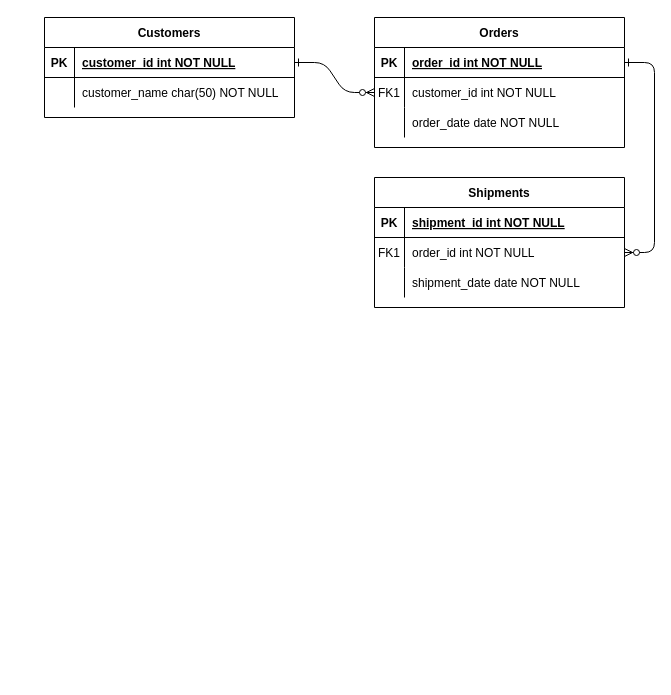
Earlier version of the draw.io diagram Uber Data Model.drawio (ChinmayBhagwat1/Sesha). Source tidied: cells renumbered, new cells numbered last; positions are measured from the earlier drawing's top-left corner, leaving out a move shared by most shapes. Both pictures are drawn from the tidied source at 100%, with x=0, y=0 at pixel (44, 17).
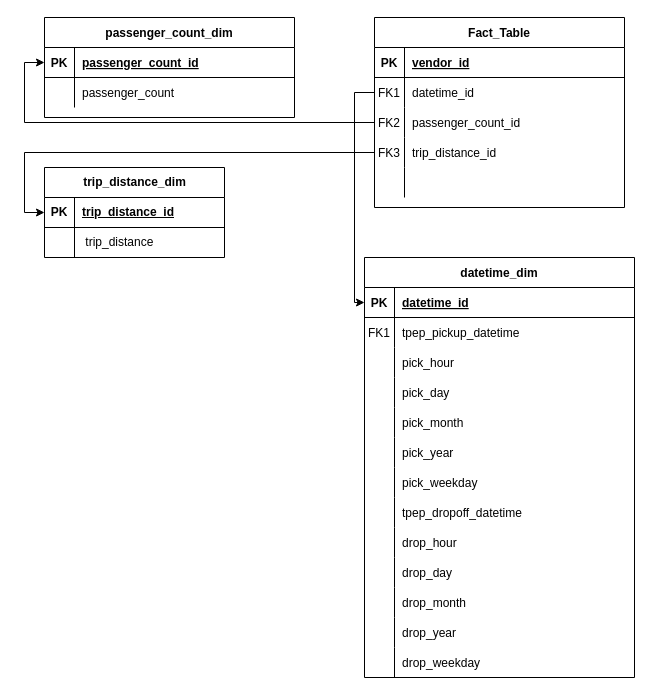
Above is the later version.

Unchanged cells that the change refers to:
```xml
<mxCell id="5" style="shape=partialRectangle;fillColor=none;points=[[0,0.5],[1,0.5]];portConstraint=eastwest;top=0;left=0;right=0;bottom=1;" parent="4" vertex="1">
  <mxGeometry y="30" width="250" height="30" as="geometry" />
</mxCell>
<mxCell id="8" style="shape=partialRectangle;fillColor=none;points=[[0,0.5],[1,0.5]];portConstraint=eastwest;top=0;left=0;right=0;bottom=0;" parent="4" vertex="1">
  <mxGeometry y="60" width="250" height="30" as="geometry" />
</mxCell>
<mxCell id="11" style="shape=partialRectangle;fillColor=none;points=[[0,0.5],[1,0.5]];portConstraint=eastwest;top=0;left=0;right=0;bottom=0;" parent="4" vertex="1">
  <mxGeometry y="90" width="250" height="30" as="geometry" />
</mxCell>
<mxCell id="25" style="shape=partialRectangle;fillColor=none;points=[[0,0.5],[1,0.5]];portConstraint=eastwest;top=0;left=0;right=0;bottom=1;" parent="24" vertex="1">
  <mxGeometry y="30" width="250" height="30" as="geometry" />
</mxCell>
<mxCell id="28" style="shape=partialRectangle;fillColor=none;top=0;left=0;right=0;bottom=0;" parent="24" vertex="1">
  <mxGeometry y="60" width="250" height="30" as="geometry" />
</mxCell>
```

The edit, as a diff of the source:
```diff
@@
-    <mxCell id="2" style="edgeStyle=entityRelationEdgeStyle;endArrow=ERzeroToMany;startArrow=ERone;endFill=1;startFill=0;" parent="1" edge="1" source="25" target="8">
-      <mxGeometry relative="1" as="geometry" />
-    </mxCell>
-    <mxCell id="3" style="edgeStyle=entityRelationEdgeStyle;endArrow=ERzeroToMany;startArrow=ERone;endFill=1;startFill=0;" parent="1" edge="1" source="5" target="18">
-      <mxGeometry relative="1" as="geometry" />
-    </mxCell>
-    <mxCell id="4" value="Orders" style="shape=table;startSize=30;childLayout=tableLayout;rowLines=0;fontStyle=1;align=center;" parent="1" vertex="1">
-      <mxGeometry x="330" width="250" height="130" as="geometry" />
+    <mxCell id="4" value="Fact_Table" style="shape=table;startSize=30;childLayout=tableLayout;rowLines=0;fontStyle=1;align=center;" parent="1" vertex="1">
+      <mxGeometry x="330" width="250" height="190" as="geometry" />
     </mxCell>
@@
-    <mxCell id="7" value="order_id int NOT NULL " style="shape=partialRectangle;overflow=hidden;fillColor=none;top=0;left=0;bottom=0;right=0;align=left;spacingLeft=6;fontStyle=5;" parent="5" vertex="1">
+    <mxCell id="7" value="vendor_id" style="shape=partialRectangle;overflow=hidden;fillColor=none;top=0;left=0;bottom=0;right=0;align=left;spacingLeft=6;fontStyle=5;" parent="5" vertex="1">
       <mxGeometry x="30" width="220" height="30" as="geometry" />
     </mxCell>
@@
-    <mxCell id="10" value="customer_id int NOT NULL" style="shape=partialRectangle;overflow=hidden;fillColor=none;top=0;left=0;bottom=0;right=0;align=left;spacingLeft=6;" parent="8" vertex="1">
+    <mxCell id="10" value="datetime_id" style="shape=partialRectangle;overflow=hidden;fillColor=none;top=0;left=0;bottom=0;right=0;align=left;spacingLeft=6;" parent="8" vertex="1">
       <mxGeometry x="30" width="220" height="30" as="geometry" />
     </mxCell>
@@
-    <mxCell id="12" style="shape=partialRectangle;overflow=hidden;fillColor=none;top=0;left=0;bottom=0;right=0;" parent="11" vertex="1">
+    <mxCell id="12" value="FK2" style="shape=partialRectangle;overflow=hidden;fillColor=none;top=0;left=0;bottom=0;right=0;" parent="11" vertex="1">
       <mxGeometry width="30" height="30" as="geometry" />
     </mxCell>
-    <mxCell id="13" value="order_date date NOT NULL" style="shape=partialRectangle;overflow=hidden;fillColor=none;top=0;left=0;bottom=0;right=0;align=left;spacingLeft=6;" parent="11" vertex="1">
+    <mxCell id="13" value="passenger_count_id" style="shape=partialRectangle;overflow=hidden;fillColor=none;top=0;left=0;bottom=0;right=0;align=left;spacingLeft=6;" parent="11" vertex="1">
       <mxGeometry x="30" width="220" height="30" as="geometry" />
     </mxCell>
+    <mxCell id="31" style="shape=partialRectangle;fillColor=none;points=[[0,0.5],[1,0.5]];portConstraint=eastwest;top=0;left=0;right=0;bottom=0;" parent="4" vertex="1">
+      <mxGeometry y="120" width="250" height="30" as="geometry" />
+    </mxCell>
+    <mxCell id="32" value="FK3" style="shape=partialRectangle;overflow=hidden;fillColor=none;top=0;left=0;bottom=0;right=0;" parent="31" vertex="1">
+      <mxGeometry width="30" height="30" as="geometry" />
+    </mxCell>
+    <mxCell id="33" value="trip_distance_id" style="shape=partialRectangle;overflow=hidden;fillColor=none;top=0;left=0;bottom=0;right=0;align=left;spacingLeft=6;" parent="31" vertex="1">
+      <mxGeometry x="30" width="220" height="30" as="geometry" />
+    </mxCell>
+    <mxCell id="34" style="shape=partialRectangle;fillColor=none;top=0;left=0;right=0;bottom=0;" parent="4" vertex="1">
+      <mxGeometry y="150" width="250" height="30" as="geometry" />
+    </mxCell>
+    <mxCell id="35" style="shape=partialRectangle;overflow=hidden;fillColor=none;top=0;left=0;bottom=0;right=0;" parent="34" vertex="1">
+      <mxGeometry width="30" height="30" as="geometry" />
+    </mxCell>
+    <mxCell id="36" style="shape=partialRectangle;overflow=hidden;fillColor=none;top=0;left=0;bottom=0;right=0;align=left;spacingLeft=6;" parent="34" vertex="1">
+      <mxGeometry x="30" width="220" height="30" as="geometry" />
+    </mxCell>
-    <mxCell id="14" value="Shipments" style="shape=table;startSize=30;childLayout=tableLayout;rowLines=0;fontStyle=1;align=center;" parent="1" vertex="1">
-      <mxGeometry x="330" y="160" width="250" height="130" as="geometry" />
+    <mxCell id="14" value="datetime_dim" style="shape=table;startSize=30;childLayout=tableLayout;rowLines=0;fontStyle=1;align=center;" parent="1" vertex="1">
+      <mxGeometry x="320" y="240" width="270" height="420" as="geometry" />
     </mxCell>
     <mxCell id="15" style="shape=partialRectangle;fillColor=none;points=[[0,0.5],[1,0.5]];portConstraint=eastwest;top=0;left=0;right=0;bottom=1;" parent="14" vertex="1">
-      <mxGeometry y="30" width="250" height="30" as="geometry" />
+      <mxGeometry y="30" width="270" height="30" as="geometry" />
     </mxCell>
@@
-    <mxCell id="17" value="shipment_id int NOT NULL " style="shape=partialRectangle;overflow=hidden;fillColor=none;top=0;left=0;bottom=0;right=0;align=left;spacingLeft=6;fontStyle=5;" parent="15" vertex="1">
-      <mxGeometry x="30" width="220" height="30" as="geometry" />
+    <mxCell id="17" value="datetime_id" style="shape=partialRectangle;overflow=hidden;fillColor=none;top=0;left=0;bottom=0;right=0;align=left;spacingLeft=6;fontStyle=5;" parent="15" vertex="1">
+      <mxGeometry x="30" width="240" height="30" as="geometry" />
     </mxCell>
     <mxCell id="18" style="shape=partialRectangle;fillColor=none;points=[[0,0.5],[1,0.5]];portConstraint=eastwest;top=0;left=0;right=0;bottom=0;" parent="14" vertex="1">
-      <mxGeometry y="60" width="250" height="30" as="geometry" />
+      <mxGeometry y="60" width="270" height="30" as="geometry" />
     </mxCell>
@@
-    <mxCell id="20" value="order_id int NOT NULL" style="shape=partialRectangle;overflow=hidden;fillColor=none;top=0;left=0;bottom=0;right=0;align=left;spacingLeft=6;" parent="18" vertex="1">
-      <mxGeometry x="30" width="220" height="30" as="geometry" />
+    <mxCell id="20" value="tpep_pickup_datetime" style="shape=partialRectangle;overflow=hidden;fillColor=none;top=0;left=0;bottom=0;right=0;align=left;spacingLeft=6;" parent="18" vertex="1">
+      <mxGeometry x="30" width="240" height="30" as="geometry" />
     </mxCell>
     <mxCell id="21" style="shape=partialRectangle;fillColor=none;top=0;left=0;right=0;bottom=0;" parent="14" vertex="1">
-      <mxGeometry y="90" width="250" height="30" as="geometry" />
+      <mxGeometry y="90" width="270" height="30" as="geometry" />
     </mxCell>
@@
-    <mxCell id="23" value="shipment_date date NOT NULL" style="shape=partialRectangle;overflow=hidden;fillColor=none;top=0;left=0;bottom=0;right=0;align=left;spacingLeft=6;" parent="21" vertex="1">
-      <mxGeometry x="30" width="220" height="30" as="geometry" />
+    <mxCell id="23" value="pick_hour" style="shape=partialRectangle;overflow=hidden;fillColor=none;top=0;left=0;bottom=0;right=0;align=left;spacingLeft=6;" parent="21" vertex="1">
+      <mxGeometry x="30" width="240" height="30" as="geometry" />
     </mxCell>
+    <mxCell id="37" style="shape=partialRectangle;fillColor=none;top=0;left=0;right=0;bottom=0;" parent="14" vertex="1">
+      <mxGeometry y="120" width="270" height="30" as="geometry" />
+    </mxCell>
+    <mxCell id="38" style="shape=partialRectangle;overflow=hidden;fillColor=none;top=0;left=0;bottom=0;right=0;" parent="37" vertex="1">
+      <mxGeometry width="30" height="30" as="geometry" />
+    </mxCell>
+    <mxCell id="39" value="pick_day" style="shape=partialRectangle;overflow=hidden;fillColor=none;top=0;left=0;bottom=0;right=0;align=left;spacingLeft=6;" parent="37" vertex="1">
+      <mxGeometry x="30" width="240" height="30" as="geometry" />
+    </mxCell>
+    <mxCell id="40" style="shape=partialRectangle;fillColor=none;top=0;left=0;right=0;bottom=0;" parent="14" vertex="1">
+      <mxGeometry y="150" width="270" height="30" as="geometry" />
+    </mxCell>
+    <mxCell id="41" style="shape=partialRectangle;overflow=hidden;fillColor=none;top=0;left=0;bottom=0;right=0;" parent="40" vertex="1">
+      <mxGeometry width="30" height="30" as="geometry" />
+    </mxCell>
+    <mxCell id="42" value="pick_month" style="shape=partialRectangle;overflow=hidden;fillColor=none;top=0;left=0;bottom=0;right=0;align=left;spacingLeft=6;" parent="40" vertex="1">
+      <mxGeometry x="30" width="240" height="30" as="geometry" />
+    </mxCell>
+    <mxCell id="43" style="shape=partialRectangle;fillColor=none;top=0;left=0;right=0;bottom=0;" parent="14" vertex="1">
+      <mxGeometry y="180" width="270" height="30" as="geometry" />
+    </mxCell>
+    <mxCell id="44" style="shape=partialRectangle;overflow=hidden;fillColor=none;top=0;left=0;bottom=0;right=0;" parent="43" vertex="1">
+      <mxGeometry width="30" height="30" as="geometry" />
+    </mxCell>
+    <mxCell id="45" value="pick_year" style="shape=partialRectangle;overflow=hidden;fillColor=none;top=0;left=0;bottom=0;right=0;align=left;spacingLeft=6;" parent="43" vertex="1">
+      <mxGeometry x="30" width="240" height="30" as="geometry" />
+    </mxCell>
+    <mxCell id="46" style="shape=partialRectangle;fillColor=none;top=0;left=0;right=0;bottom=0;" parent="14" vertex="1">
+      <mxGeometry y="210" width="270" height="30" as="geometry" />
+    </mxCell>
+    <mxCell id="47" style="shape=partialRectangle;overflow=hidden;fillColor=none;top=0;left=0;bottom=0;right=0;" parent="46" vertex="1">
+      <mxGeometry width="30" height="30" as="geometry" />
+    </mxCell>
+    <mxCell id="48" value="pick_weekday" style="shape=partialRectangle;overflow=hidden;fillColor=none;top=0;left=0;bottom=0;right=0;align=left;spacingLeft=6;" parent="46" vertex="1">
+      <mxGeometry x="30" width="240" height="30" as="geometry" />
+    </mxCell>
+    <mxCell id="49" style="shape=partialRectangle;fillColor=none;top=0;left=0;right=0;bottom=0;" parent="14" vertex="1">
+      <mxGeometry y="240" width="270" height="30" as="geometry" />
+    </mxCell>
+    <mxCell id="50" style="shape=partialRectangle;overflow=hidden;fillColor=none;top=0;left=0;bottom=0;right=0;" parent="49" vertex="1">
+      <mxGeometry width="30" height="30" as="geometry" />
+    </mxCell>
+    <mxCell id="51" value="tpep_dropoff_datetime" style="shape=partialRectangle;overflow=hidden;fillColor=none;top=0;left=0;bottom=0;right=0;align=left;spacingLeft=6;" parent="49" vertex="1">
+      <mxGeometry x="30" width="240" height="30" as="geometry" />
+    </mxCell>
+    <mxCell id="52" style="shape=partialRectangle;fillColor=none;top=0;left=0;right=0;bottom=0;" parent="14" vertex="1">
+      <mxGeometry y="270" width="270" height="30" as="geometry" />
+    </mxCell>
+    <mxCell id="53" style="shape=partialRectangle;overflow=hidden;fillColor=none;top=0;left=0;bottom=0;right=0;" parent="52" vertex="1">
+      <mxGeometry width="30" height="30" as="geometry" />
+    </mxCell>
+    <mxCell id="54" value="drop_hour" style="shape=partialRectangle;overflow=hidden;fillColor=none;top=0;left=0;bottom=0;right=0;align=left;spacingLeft=6;" parent="52" vertex="1">
+      <mxGeometry x="30" width="240" height="30" as="geometry" />
+    </mxCell>
+    <mxCell id="55" style="shape=partialRectangle;fillColor=none;top=0;left=0;right=0;bottom=0;" parent="14" vertex="1">
+      <mxGeometry y="300" width="270" height="30" as="geometry" />
+    </mxCell>
+    <mxCell id="56" style="shape=partialRectangle;overflow=hidden;fillColor=none;top=0;left=0;bottom=0;right=0;" parent="55" vertex="1">
+      <mxGeometry width="30" height="30" as="geometry" />
+    </mxCell>
+    <mxCell id="57" value="drop_day" style="shape=partialRectangle;overflow=hidden;fillColor=none;top=0;left=0;bottom=0;right=0;align=left;spacingLeft=6;" parent="55" vertex="1">
+      <mxGeometry x="30" width="240" height="30" as="geometry" />
+    </mxCell>
+    <mxCell id="58" style="shape=partialRectangle;fillColor=none;top=0;left=0;right=0;bottom=0;" parent="14" vertex="1">
+      <mxGeometry y="330" width="270" height="30" as="geometry" />
+    </mxCell>
+    <mxCell id="59" style="shape=partialRectangle;overflow=hidden;fillColor=none;top=0;left=0;bottom=0;right=0;" parent="58" vertex="1">
+      <mxGeometry width="30" height="30" as="geometry" />
+    </mxCell>
+    <mxCell id="60" value="drop_month" style="shape=partialRectangle;overflow=hidden;fillColor=none;top=0;left=0;bottom=0;right=0;align=left;spacingLeft=6;" parent="58" vertex="1">
+      <mxGeometry x="30" width="240" height="30" as="geometry" />
+    </mxCell>
+    <mxCell id="61" style="shape=partialRectangle;fillColor=none;top=0;left=0;right=0;bottom=0;" parent="14" vertex="1">
+      <mxGeometry y="360" width="270" height="30" as="geometry" />
+    </mxCell>
+    <mxCell id="62" style="shape=partialRectangle;overflow=hidden;fillColor=none;top=0;left=0;bottom=0;right=0;" parent="61" vertex="1">
+      <mxGeometry width="30" height="30" as="geometry" />
+    </mxCell>
+    <mxCell id="63" value="drop_year" style="shape=partialRectangle;overflow=hidden;fillColor=none;top=0;left=0;bottom=0;right=0;align=left;spacingLeft=6;" parent="61" vertex="1">
+      <mxGeometry x="30" width="240" height="30" as="geometry" />
+    </mxCell>
+    <mxCell id="64" style="shape=partialRectangle;fillColor=none;top=0;left=0;right=0;bottom=0;" parent="14" vertex="1">
+      <mxGeometry y="390" width="270" height="30" as="geometry" />
+    </mxCell>
+    <mxCell id="65" style="shape=partialRectangle;overflow=hidden;fillColor=none;top=0;left=0;bottom=0;right=0;" parent="64" vertex="1">
+      <mxGeometry width="30" height="30" as="geometry" />
+    </mxCell>
+    <mxCell id="66" value="drop_weekday" style="shape=partialRectangle;overflow=hidden;fillColor=none;top=0;left=0;bottom=0;right=0;align=left;spacingLeft=6;" parent="64" vertex="1">
+      <mxGeometry x="30" width="240" height="30" as="geometry" />
+    </mxCell>
-    <mxCell id="24" value="Customers" style="shape=table;startSize=30;childLayout=tableLayout;rowLines=0;fontStyle=1;align=center;" parent="1" vertex="1">
+    <mxCell id="24" value="passenger_count_dim" style="shape=table;startSize=30;childLayout=tableLayout;rowLines=0;fontStyle=1;align=center;" parent="1" vertex="1">
       <mxGeometry width="250" height="100" as="geometry" />
     </mxCell>
@@
-    <mxCell id="27" value="customer_id int NOT NULL " style="shape=partialRectangle;overflow=hidden;fillColor=none;top=0;left=0;bottom=0;right=0;align=left;spacingLeft=6;fontStyle=5;" parent="25" vertex="1">
+    <mxCell id="27" value="passenger_count_id" style="shape=partialRectangle;overflow=hidden;fillColor=none;top=0;left=0;bottom=0;right=0;align=left;spacingLeft=6;fontStyle=5;" parent="25" vertex="1">
       <mxGeometry x="30" width="220" height="30" as="geometry" />
     </mxCell>
@@
-    <mxCell id="30" value="customer_name char(50) NOT NULL" style="shape=partialRectangle;overflow=hidden;fillColor=none;top=0;left=0;bottom=0;right=0;align=left;spacingLeft=6;" parent="28" vertex="1">
+    <mxCell id="30" value="passenger_count  " style="shape=partialRectangle;overflow=hidden;fillColor=none;top=0;left=0;bottom=0;right=0;align=left;spacingLeft=6;" parent="28" vertex="1">
       <mxGeometry x="30" width="220" height="30" as="geometry" />
     </mxCell>
+    <mxCell id="67" style="edgeStyle=orthogonalEdgeStyle;rounded=0;jettySize=auto;html=1;exitX=0;exitY=0.5;exitDx=0;exitDy=0;entryX=0;entryY=0.5;entryDx=0;entryDy=0;" parent="1" edge="1" source="8" target="15">
+      <mxGeometry relative="1" as="geometry" />
+    </mxCell>
+    <mxCell id="68" style="edgeStyle=orthogonalEdgeStyle;rounded=0;jettySize=auto;html=1;exitX=0;exitY=0.5;exitDx=0;exitDy=0;entryX=0;entryY=0.5;entryDx=0;entryDy=0;" parent="1" edge="1" source="11" target="25">
+      <mxGeometry relative="1" as="geometry" />
+    </mxCell>
+    <mxCell id="69" value="trip_distance_dim" style="shape=table;startSize=30;childLayout=tableLayout;rowLines=0;fontStyle=1;align=center;html=1;" parent="1" vertex="1">
+      <mxGeometry y="150" width="180" height="90" as="geometry" />
+    </mxCell>
+    <mxCell id="70" style="shape=tableRow;horizontal=0;startSize=0;swimlaneHead=0;swimlaneBody=0;fillColor=none;points=[[0,0.5],[1,0.5]];portConstraint=eastwest;top=0;left=0;right=0;bottom=1;" parent="69" vertex="1">
+      <mxGeometry y="30" width="180" height="30" as="geometry" />
+    </mxCell>
+    <mxCell id="71" value="PK" style="shape=partialRectangle;fillColor=none;top=0;left=0;bottom=0;right=0;fontStyle=1;overflow=hidden;whiteSpace=wrap;html=1;" parent="70" vertex="1">
+      <mxGeometry width="30" height="30" as="geometry" />
+    </mxCell>
+    <mxCell id="72" value="trip_distance_id" style="shape=partialRectangle;fillColor=none;top=0;left=0;bottom=0;right=0;align=left;spacingLeft=6;fontStyle=5;overflow=hidden;whiteSpace=wrap;html=1;" parent="70" vertex="1">
+      <mxGeometry x="30" width="150" height="30" as="geometry" />
+    </mxCell>
+    <mxCell id="73" style="shape=tableRow;horizontal=0;startSize=0;swimlaneHead=0;swimlaneBody=0;fillColor=none;top=0;left=0;right=0;bottom=0;" parent="69" vertex="1">
+      <mxGeometry y="60" width="180" height="30" as="geometry" />
+    </mxCell>
+    <mxCell id="74" style="shape=partialRectangle;fillColor=none;top=0;left=0;bottom=0;right=0;overflow=hidden;whiteSpace=wrap;html=1;" parent="73" vertex="1">
+      <mxGeometry width="30" height="30" as="geometry" />
+    </mxCell>
+    <mxCell id="75" value="&amp;nbsp;trip_distance" style="shape=partialRectangle;fillColor=none;top=0;left=0;bottom=0;right=0;align=left;spacingLeft=6;overflow=hidden;whiteSpace=wrap;html=1;" parent="73" vertex="1">
+      <mxGeometry x="30" width="150" height="30" as="geometry" />
+    </mxCell>
+    <mxCell id="76" style="edgeStyle=orthogonalEdgeStyle;rounded=0;jettySize=auto;html=1;exitX=0;exitY=0.5;exitDx=0;exitDy=0;entryX=0;entryY=0.5;entryDx=0;entryDy=0;" parent="1" edge="1" source="31" target="70">
+      <mxGeometry relative="1" as="geometry" />
+    </mxCell>
```
